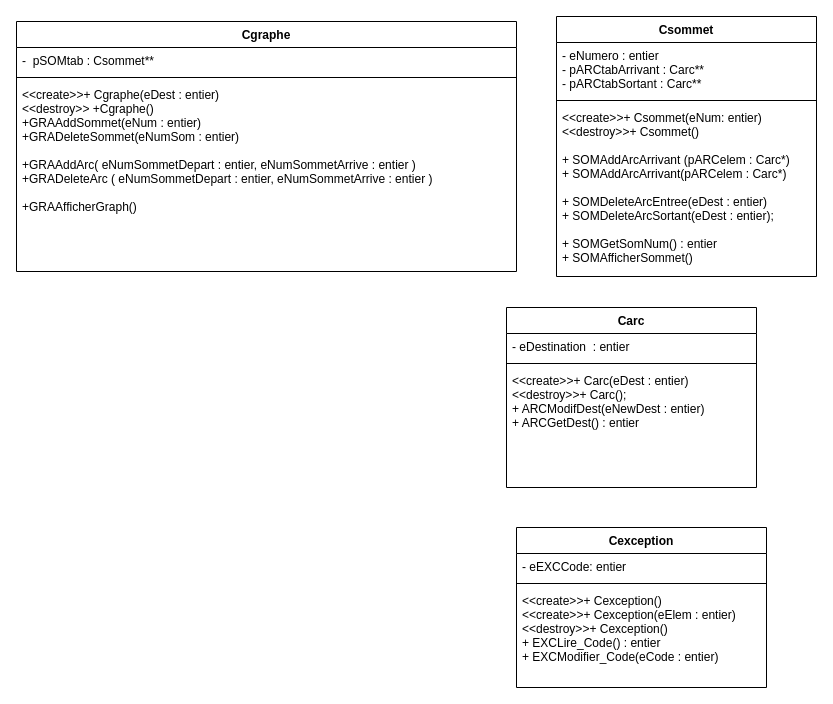
Banalian/ProjetTutCppGraphs keeps this draw.io diagram as ClassDiagram.drawio. Above is the earlier version. Source tidied: cells renumbered, new cells numbered last; positions are measured from the earlier drawing's top-left corner, leaving out a move shared by most shapes. Both pictures are drawn from the tidied source at 100%, with x=0, y=0 at pixel (16, 16).
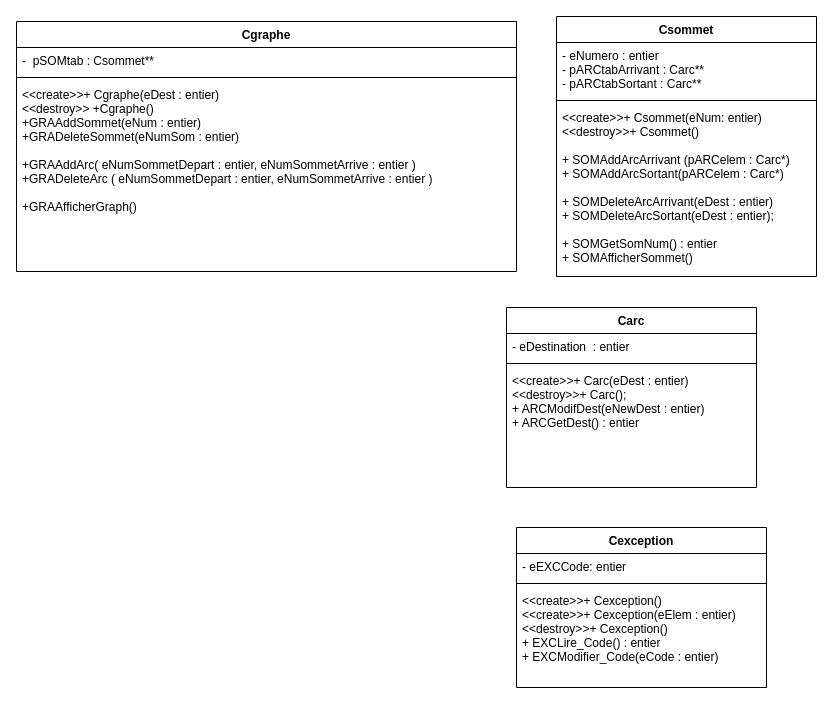
The same diagram, later.

Change to the diagram source:
```diff
@@
 <mxGraphModel>
   <root>
     <mxCell id="0" />
     <mxCell id="1" parent="0" />
     <mxCell id="2" value="Cgraphe" style="swimlane;fontStyle=1;align=center;verticalAlign=top;horizontal=1;startSize=26;" parent="1" vertex="1">
       <mxGeometry y="5" width="500" height="250" as="geometry" />
     </mxCell>
     <mxCell id="3" value="-  pSOMtab : Csommet**" style="text;strokeColor=none;fillColor=none;align=left;verticalAlign=top;spacingLeft=4;spacingRight=4;overflow=hidden;" parent="2" vertex="1">
       <mxGeometry y="26" width="500" height="26" as="geometry" />
     </mxCell>
     <mxCell id="4" style="line;strokeWidth=1;fillColor=none;align=left;verticalAlign=middle;spacingTop=-1;spacingLeft=3;spacingRight=3;labelPosition=right;" parent="2" vertex="1">
       <mxGeometry y="52" width="500" height="8" as="geometry" />
     </mxCell>
     <mxCell id="5" value="&lt;&lt;create&gt;&gt;+ Cgraphe(eDest : entier)&#10;&lt;&lt;destroy&gt;&gt; +Cgraphe()&#10;+GRAAddSommet(eNum : entier)&#10;+GRADeleteSommet(eNumSom : entier)&#10;&#10;+GRAAddArc( eNumSommetDepart : entier, eNumSommetArrive : entier )&#10;+GRADeleteArc ( eNumSommetDepart : entier, eNumSommetArrive : entier )&#10;&#10;+GRAAfficherGraph()" style="text;strokeColor=none;fillColor=none;align=left;verticalAlign=top;spacingLeft=4;spacingRight=4;overflow=hidden;" parent="2" vertex="1">
       <mxGeometry y="60" width="500" height="190" as="geometry" />
     </mxCell>
     <mxCell id="6" value="Csommet" style="swimlane;fontStyle=1;align=center;verticalAlign=top;horizontal=1;startSize=26;" parent="1" vertex="1">
       <mxGeometry x="540" width="260" height="260" as="geometry" />
     </mxCell>
     <mxCell id="7" value="- eNumero : entier&#10;- pARCtabArrivant : Carc**&#10;- pARCtabSortant : Carc**" style="text;strokeColor=none;fillColor=none;align=left;verticalAlign=top;spacingLeft=4;spacingRight=4;overflow=hidden;" parent="6" vertex="1">
       <mxGeometry y="26" width="260" height="54" as="geometry" />
     </mxCell>
     <mxCell id="8" style="line;strokeWidth=1;fillColor=none;align=left;verticalAlign=middle;spacingTop=-1;spacingLeft=3;spacingRight=3;labelPosition=right;" parent="6" vertex="1">
       <mxGeometry y="80" width="260" height="8" as="geometry" />
     </mxCell>
-    <mxCell id="9" value="&lt;&lt;create&gt;&gt;+ Csommet(eNum: entier)&#10;&lt;&lt;destroy&gt;&gt;+ Csommet()&#10;&#10;+ SOMAddArcArrivant (pARCelem : Carc*)&#10;+ SOMAddArcArrivant(pARCelem : Carc*)&#10;&#10;+ SOMDeleteArcEntree(eDest : entier)&#10;+ SOMDeleteArcSortant(eDest : entier);&#10;&#10;+ SOMGetSomNum() : entier&#10;+ SOMAfficherSommet()" style="text;strokeColor=none;fillColor=none;align=left;verticalAlign=top;spacingLeft=4;spacingRight=4;overflow=hidden;" parent="6" vertex="1">
+    <mxCell id="9" value="&lt;&lt;create&gt;&gt;+ Csommet(eNum: entier)&#10;&lt;&lt;destroy&gt;&gt;+ Csommet()&#10;&#10;+ SOMAddArcArrivant (pARCelem : Carc*)&#10;+ SOMAddArcSortant(pARCelem : Carc*)&#10;&#10;+ SOMDeleteArcArrivant(eDest : entier)&#10;+ SOMDeleteArcSortant(eDest : entier);&#10;&#10;+ SOMGetSomNum() : entier&#10;+ SOMAfficherSommet()" style="text;strokeColor=none;fillColor=none;align=left;verticalAlign=top;spacingLeft=4;spacingRight=4;overflow=hidden;" parent="6" vertex="1">
       <mxGeometry y="88" width="260" height="172" as="geometry" />
     </mxCell>
     <mxCell id="10" value="Carc" style="swimlane;fontStyle=1;align=center;verticalAlign=top;horizontal=1;startSize=26;" parent="1" vertex="1">
       <mxGeometry x="490" y="291" width="250" height="180" as="geometry" />
     </mxCell>
     <mxCell id="11" value="- eDestination  : entier" style="text;strokeColor=none;fillColor=none;align=left;verticalAlign=top;spacingLeft=4;spacingRight=4;overflow=hidden;" parent="10" vertex="1">
       <mxGeometry y="26" width="250" height="26" as="geometry" />
     </mxCell>
     <mxCell id="12" style="line;strokeWidth=1;fillColor=none;align=left;verticalAlign=middle;spacingTop=-1;spacingLeft=3;spacingRight=3;labelPosition=right;" parent="10" vertex="1">
       <mxGeometry y="52" width="250" height="8" as="geometry" />
     </mxCell>
     <mxCell id="13" value="&lt;&lt;create&gt;&gt;+ Carc(eDest : entier)&#10;&lt;&lt;destroy&gt;&gt;+ Carc();&#10;+ ARCModifDest(eNewDest : entier)&#10;+ ARCGetDest() : entier" style="text;strokeColor=none;fillColor=none;align=left;verticalAlign=top;spacingLeft=4;spacingRight=4;overflow=hidden;" parent="10" vertex="1">
       <mxGeometry y="60" width="250" height="120" as="geometry" />
     </mxCell>
     <mxCell id="14" value="Cexception" style="swimlane;fontStyle=1;align=center;verticalAlign=top;horizontal=1;startSize=26;" parent="1" vertex="1">
       <mxGeometry x="500" y="511" width="250" height="160" as="geometry" />
     </mxCell>
     <mxCell id="15" value="- eEXCCode: entier" style="text;strokeColor=none;fillColor=none;align=left;verticalAlign=top;spacingLeft=4;spacingRight=4;overflow=hidden;" parent="14" vertex="1">
       <mxGeometry y="26" width="250" height="26" as="geometry" />
     </mxCell>
     <mxCell id="16" style="line;strokeWidth=1;fillColor=none;align=left;verticalAlign=middle;spacingTop=-1;spacingLeft=3;spacingRight=3;labelPosition=right;" parent="14" vertex="1">
       <mxGeometry y="52" width="250" height="8" as="geometry" />
     </mxCell>
     <mxCell id="17" value="&lt;&lt;create&gt;&gt;+ Cexception()&#10;&lt;&lt;create&gt;&gt;+ Cexception(eElem : entier)&#10;&lt;&lt;destroy&gt;&gt;+ Cexception()&#10;+ EXCLire_Code() : entier&#10;+ EXCModifier_Code(eCode : entier)" style="text;strokeColor=none;fillColor=none;align=left;verticalAlign=top;spacingLeft=4;spacingRight=4;overflow=hidden;" parent="14" vertex="1">
       <mxGeometry y="60" width="250" height="100" as="geometry" />
     </mxCell>
   </root>
 </mxGraphModel>
```
